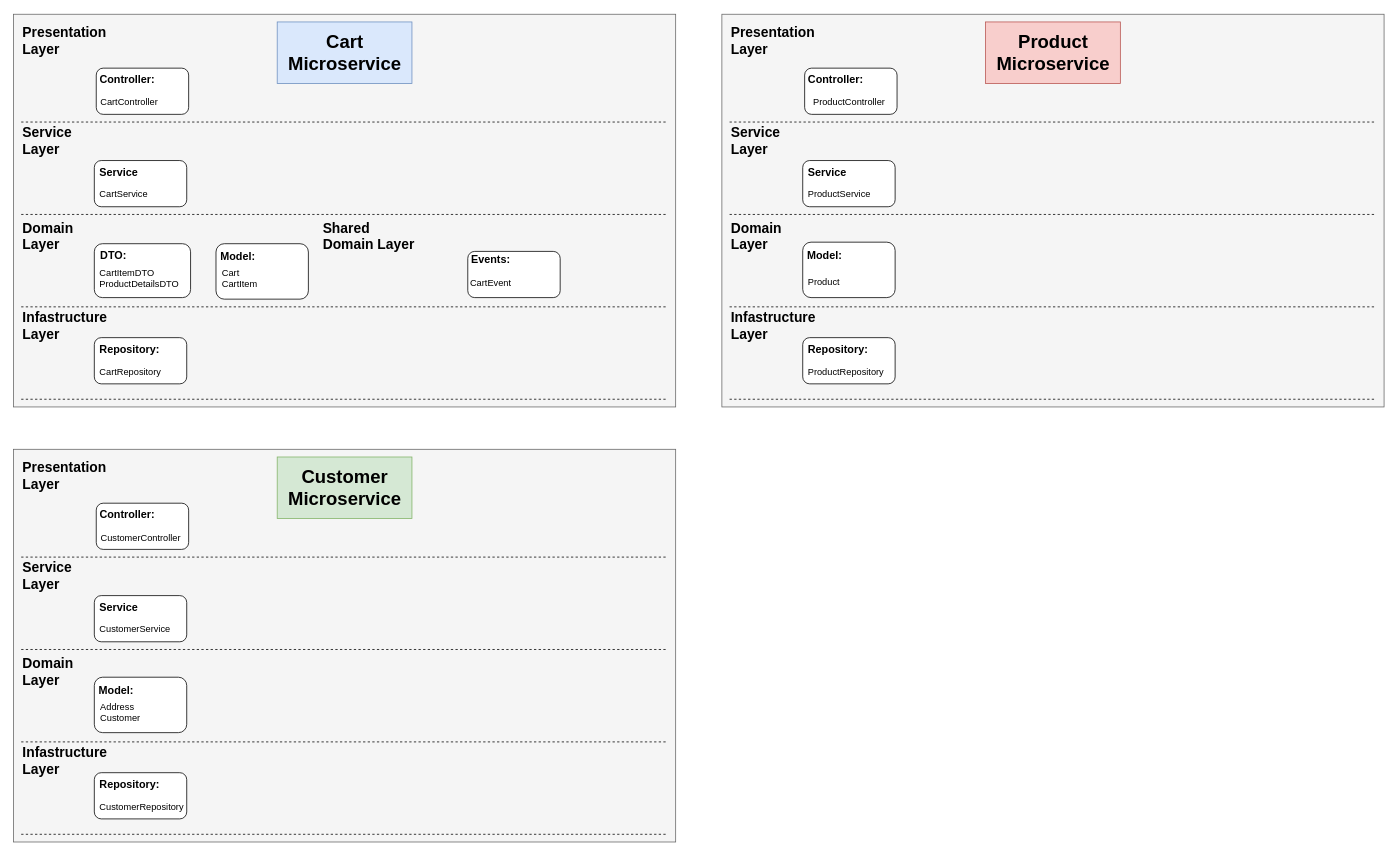
This is layeredArchitecture.drawio from aks805/318Diagrams, a draw.io file, before an edit. Source tidied: cells renumbered, new cells numbered last; positions are measured from the earlier drawing's top-left corner, leaving out a move shared by most shapes. Both pictures are drawn from the tidied source at 77%, with x=0, y=0 at pixel (13, 14).
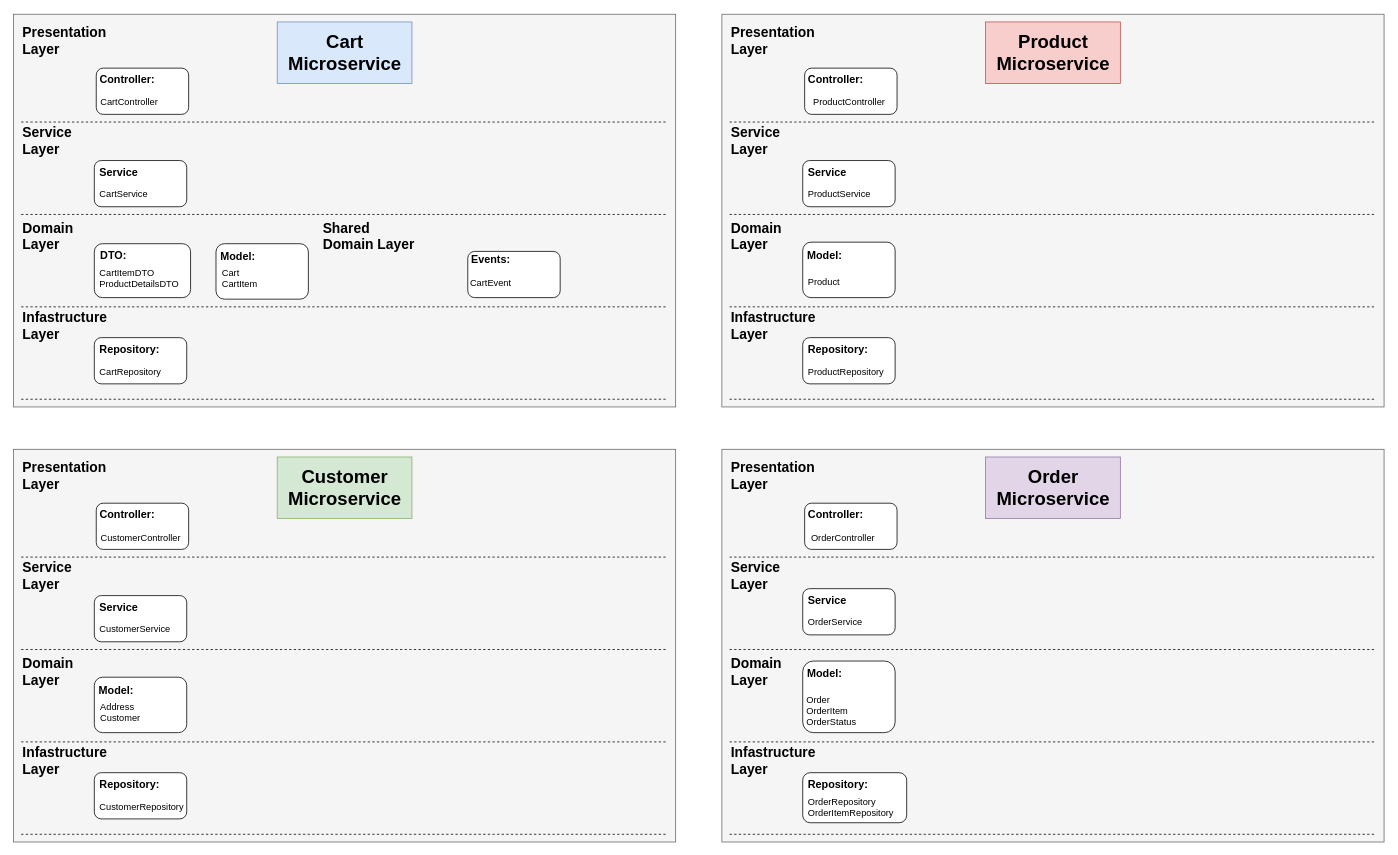
The same page after the edit.

Change to the diagram source:
```diff
@@
+    <mxCell id="75" style="rounded=0;whiteSpace=wrap;html=1;fillColor=#f5f5f5;fontColor=#333333;strokeColor=#666666;" parent="1" vertex="1">
+      <mxGeometry x="920" y="565" width="860" height="510" as="geometry" />
+    </mxCell>
+    <mxCell id="76" style="rounded=1;whiteSpace=wrap;html=1;" parent="1" vertex="1">
+      <mxGeometry x="1027.5" y="635" width="120" height="60" as="geometry" />
+    </mxCell>
+    <mxCell id="77" style="rounded=1;whiteSpace=wrap;html=1;" parent="1" vertex="1">
+      <mxGeometry x="1025" y="746" width="120" height="60" as="geometry" />
+    </mxCell>
+    <mxCell id="78" style="rounded=1;whiteSpace=wrap;html=1;" parent="1" vertex="1">
+      <mxGeometry x="1025" y="840" width="120" height="93" as="geometry" />
+    </mxCell>
+    <mxCell id="79" style="rounded=1;whiteSpace=wrap;html=1;" parent="1" vertex="1">
+      <mxGeometry x="1025" y="985" width="135" height="65" as="geometry" />
+    </mxCell>
+    <mxCell id="80" value="&lt;h1&gt;Order Microservice&lt;/h1&gt;" style="text;html=1;align=center;verticalAlign=middle;whiteSpace=wrap;rounded=0;fillColor=#e1d5e7;strokeColor=#9673a6;" parent="1" vertex="1">
+      <mxGeometry x="1262.5" y="575" width="175" height="80" as="geometry" />
+    </mxCell>
+    <mxCell id="81" style="endArrow=none;html=1;rounded=0;fixDash=1;curved=0;dashed=1;" parent="1" edge="1">
+      <mxGeometry relative="1" as="geometry">
+        <mxPoint x="930" y="705" as="sourcePoint" />
+        <mxPoint x="1770" y="705" as="targetPoint" />
+      </mxGeometry>
+    </mxCell>
+    <mxCell id="82" style="endArrow=none;html=1;rounded=0;dashed=1;" parent="1" edge="1">
+      <mxGeometry relative="1" as="geometry">
+        <mxPoint x="930" y="825" as="sourcePoint" />
+        <mxPoint x="1770" y="825" as="targetPoint" />
+      </mxGeometry>
+    </mxCell>
+    <mxCell id="83" style="endArrow=none;html=1;rounded=0;dashed=1;" parent="1" edge="1">
+      <mxGeometry relative="1" as="geometry">
+        <mxPoint x="930" y="945" as="sourcePoint" />
+        <mxPoint x="1770" y="945" as="targetPoint" />
+      </mxGeometry>
+    </mxCell>
+    <mxCell id="84" value="&lt;h2&gt;Presentation Layer&lt;/h2&gt;" style="text;html=1;align=left;verticalAlign=middle;whiteSpace=wrap;rounded=0;" parent="1" vertex="1">
+      <mxGeometry x="930" y="585" width="60" height="30" as="geometry" />
+    </mxCell>
+    <mxCell id="85" value="&lt;h2&gt;Service Layer&lt;/h2&gt;" style="text;html=1;align=left;verticalAlign=middle;whiteSpace=wrap;rounded=0;" parent="1" vertex="1">
+      <mxGeometry x="930" y="715" width="60" height="30" as="geometry" />
+    </mxCell>
+    <mxCell id="86" value="&lt;h2&gt;Domain Layer&lt;/h2&gt;" style="text;html=1;align=left;verticalAlign=middle;whiteSpace=wrap;rounded=0;" parent="1" vertex="1">
+      <mxGeometry x="930" y="839" width="60" height="30" as="geometry" />
+    </mxCell>
+    <mxCell id="87" value="&lt;h2&gt;Infastructure Layer&lt;/h2&gt;" style="text;html=1;align=left;verticalAlign=middle;whiteSpace=wrap;rounded=0;" parent="1" vertex="1">
+      <mxGeometry x="930" y="955" width="60" height="30" as="geometry" />
+    </mxCell>
+    <mxCell id="88" style="endArrow=none;html=1;rounded=0;dashed=1;" parent="1" edge="1">
+      <mxGeometry relative="1" as="geometry">
+        <mxPoint x="930" y="1065" as="sourcePoint" />
+        <mxPoint x="1770" y="1065" as="targetPoint" />
+      </mxGeometry>
+    </mxCell>
+    <mxCell id="89" value="OrderService" style="text;whiteSpace=wrap;" parent="1" vertex="1">
+      <mxGeometry x="1030" y="776" width="70" height="20" as="geometry" />
+    </mxCell>
+    <mxCell id="90" value="Order&#10;OrderItem&#10;OrderStatus" style="text;whiteSpace=wrap;" parent="1" vertex="1">
+      <mxGeometry x="1027.5" y="877" width="64" height="40" as="geometry" />
+    </mxCell>
+    <mxCell id="91" value="&lt;h3&gt;Repository:&lt;/h3&gt;" style="text;html=1;align=left;verticalAlign=middle;whiteSpace=wrap;rounded=0;" parent="1" vertex="1">
+      <mxGeometry x="1030" y="985" width="80" height="30" as="geometry" />
+    </mxCell>
+    <mxCell id="92" value="OrderRepository&lt;div&gt;OrderItemRepository&lt;/div&gt;" style="text;html=1;align=left;verticalAlign=middle;whiteSpace=wrap;rounded=0;" parent="1" vertex="1">
+      <mxGeometry x="1030" y="1015" width="90" height="30" as="geometry" />
+    </mxCell>
+    <mxCell id="93" value="&lt;h3&gt;Model:&lt;/h3&gt;" style="text;strokeColor=none;fillColor=none;align=left;verticalAlign=middle;spacingLeft=4;spacingRight=4;overflow=hidden;whiteSpace=wrap;html=1;" parent="1" vertex="1">
+      <mxGeometry x="1025" y="831" width="86" height="38" as="geometry" />
+    </mxCell>
+    <mxCell id="94" value="&lt;h3&gt;Service&lt;/h3&gt;" style="text;html=1;align=left;verticalAlign=middle;whiteSpace=wrap;rounded=0;" parent="1" vertex="1">
+      <mxGeometry x="1030" y="746" width="60" height="30" as="geometry" />
+    </mxCell>
+    <mxCell id="95" value="&lt;h3&gt;Controller:&lt;/h3&gt;" style="text;html=1;align=center;verticalAlign=middle;whiteSpace=wrap;rounded=0;" parent="1" vertex="1">
+      <mxGeometry x="1037.5" y="635" width="60" height="30" as="geometry" />
+    </mxCell>
+    <mxCell id="96" value="OrderController" style="text;html=1;align=center;verticalAlign=middle;whiteSpace=wrap;rounded=0;" parent="1" vertex="1">
+      <mxGeometry x="1030" y="665" width="95" height="30" as="geometry" />
+    </mxCell>
```
